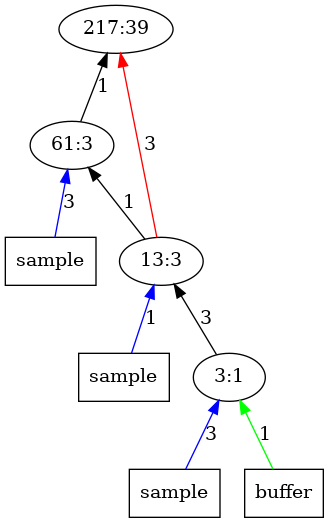
Above: outputImages/op39.png.png in AbhikKhan/MTP_IITG (Graphviz), before the change. Its source is kept beside it as outputTrees/op39.dot.
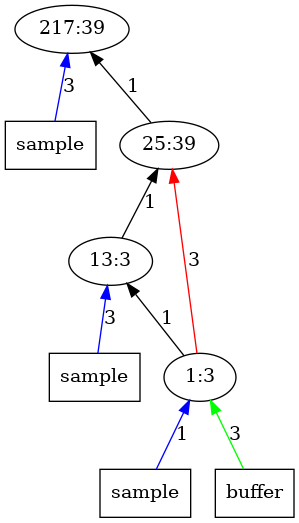
Above is the later version.

What changed in the source:
```diff
@@ -1,19 +1,19 @@
 digraph Tree{
 	rankdir="BT"
+	x11 -> 1 [label = "3", color = "blue"];
+	x11 [label = "sample", shape = "box"];
 	1 [label = "217:39"];
 	2 -> 1 [label = "1", color = "black"];
-	x21 -> 2 [label = "3", color = "blue"];
-	x21 [label = "sample", shape = "box"];
-	2 [label = "61:3"];
-	3 -> 1 [label = "3", color = "red"];
+	2 [label = "25:39"];
 	3 -> 2 [label = "1", color = "black"];
-	x31 -> 3 [label = "1", color = "blue"];
+	x31 -> 3 [label = "3", color = "blue"];
 	x31 [label = "sample", shape = "box"];
 	3 [label = "13:3"];
-	4 -> 3 [label = "3", color = "black"];
-	x41 -> 4 [label = "3", color = "blue"];
+	4 -> 2 [label = "3", color = "red"];
+	4 -> 3 [label = "1", color = "black"];
+	x41 -> 4 [label = "1", color = "blue"];
 	x41 [label = "sample", shape = "box"];
-	x42 -> 4 [label = "1", color = "green"];
+	x42 -> 4 [label = "3", color = "green"];
 	x42 [label = "buffer", shape = "box"];
-	4 [label = "3:1"];
+	4 [label = "1:3"];
 }
```
